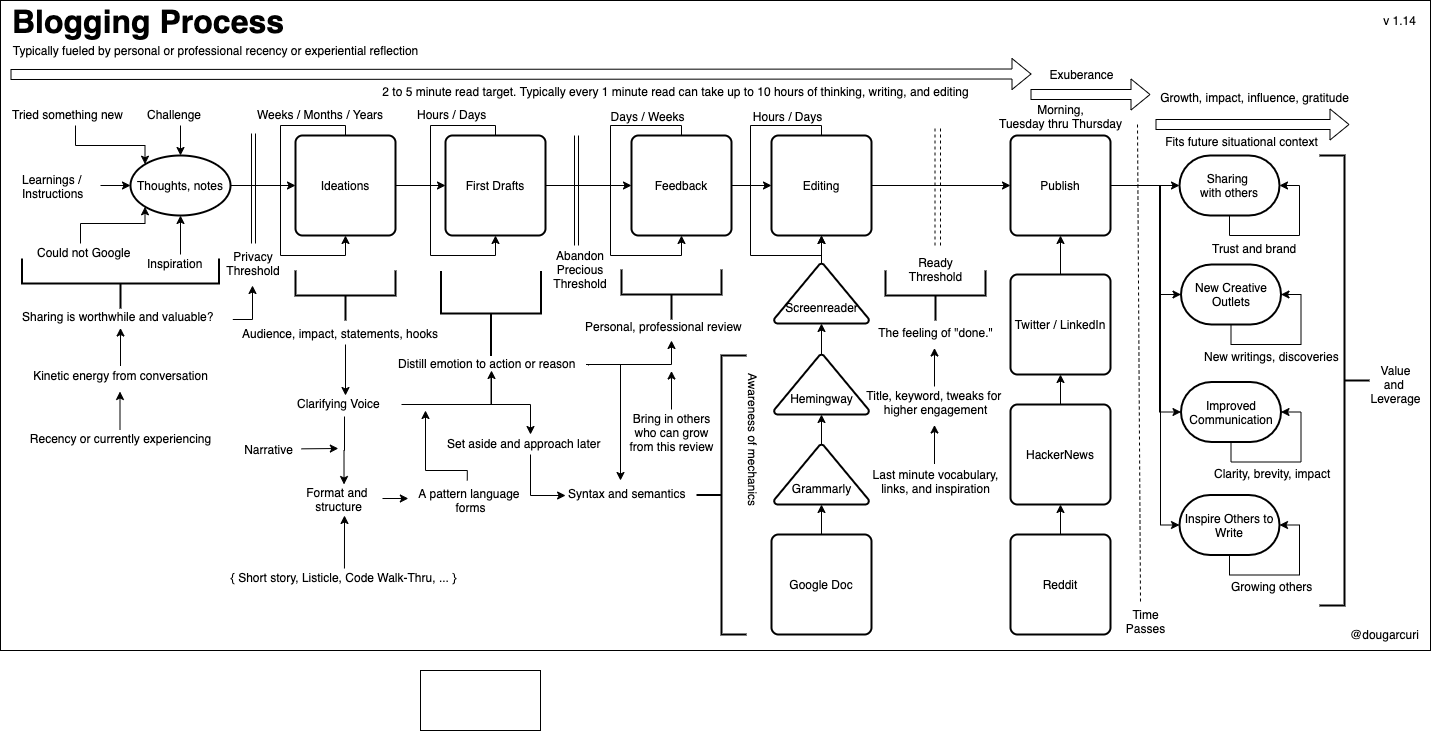
The draw.io diagram mentoring/diagrams/blogging-process.png in solidi/learning-notes, before a commit. Source tidied: cells renumbered, new cells last; positions are measured from the earlier drawing's top-left corner, leaving out a move shared by most shapes.
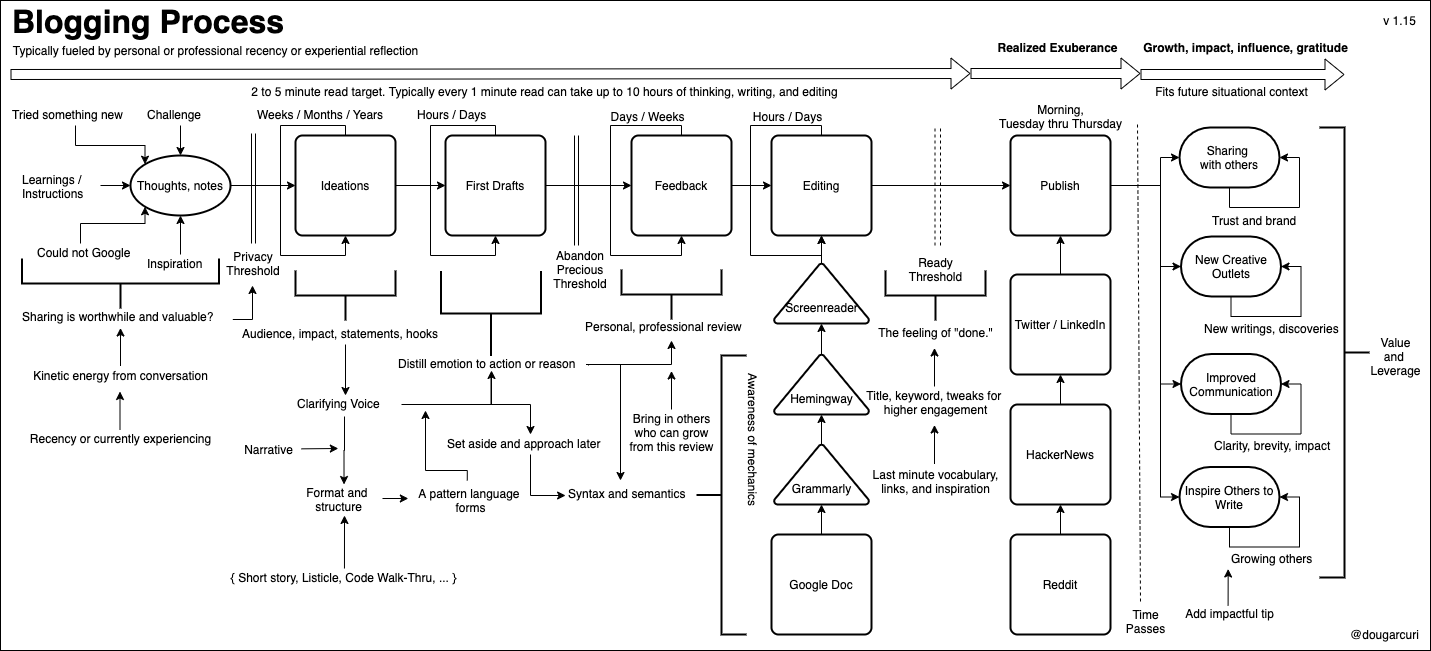
After the commit.

Commit message:
Update blogging diagram with realization and impactful tips

Change to the diagram source:
```diff
@@ -71,24 +71,37 @@
       <mxGeometry x="771" y="135" width="100" height="100" as="geometry" />
     </mxCell>
     <mxCell id="17" style="edgeStyle=orthogonalEdgeStyle;rounded=0;jettySize=auto;html=1;exitX=1;exitY=0.5;exitDx=0;exitDy=0;entryX=0;entryY=0.5;entryDx=0;entryDy=0;entryPerimeter=0;" parent="1" edge="1" source="20" target="58">
-      <mxGeometry relative="1" as="geometry" />
+      <mxGeometry relative="1" as="geometry">
+        <Array as="points">
+          <mxPoint x="1160" y="185" />
+          <mxPoint x="1160" y="157" />
+        </Array>
+      </mxGeometry>
     </mxCell>
+    <mxCell id="19" style="edgeStyle=orthogonalEdgeStyle;rounded=0;jettySize=auto;html=1;exitX=1;exitY=0.5;exitDx=0;exitDy=0;entryX=0;entryY=0.5;entryDx=0;entryDy=0;entryPerimeter=0;" parent="1" edge="1" source="20" target="81">
+      <mxGeometry relative="1" as="geometry">
+        <Array as="points">
+          <mxPoint x="1160" y="185" />
+          <mxPoint x="1160" y="383" />
+        </Array>
+      </mxGeometry>
+    </mxCell>
+    <mxCell id="127" style="edgeStyle=orthogonalEdgeStyle;rounded=0;jettySize=auto;html=1;exitX=1;exitY=0.5;exitDx=0;exitDy=0;entryX=0;entryY=0.5;entryDx=0;entryDy=0;entryPerimeter=0;" parent="1" edge="1" source="20" target="107">
+      <mxGeometry relative="1" as="geometry">
+        <Array as="points">
+          <mxPoint x="1160" y="185" />
+          <mxPoint x="1160" y="497" />
+        </Array>
+      </mxGeometry>
+    </mxCell>
     <mxCell id="18" style="edgeStyle=orthogonalEdgeStyle;rounded=0;jettySize=auto;html=1;exitX=1;exitY=0.5;exitDx=0;exitDy=0;entryX=0;entryY=0.5;entryDx=0;entryDy=0;entryPerimeter=0;" parent="1" edge="1" source="20" target="78">
       <mxGeometry relative="1" as="geometry">
         <Array as="points">
-          <mxPoint x="1159" y="185" />
-          <mxPoint x="1159" y="294" />
+          <mxPoint x="1160" y="185" />
+          <mxPoint x="1160" y="266" />
         </Array>
       </mxGeometry>
     </mxCell>
-    <mxCell id="19" style="edgeStyle=orthogonalEdgeStyle;rounded=0;jettySize=auto;html=1;exitX=1;exitY=0.5;exitDx=0;exitDy=0;entryX=0;entryY=0.5;entryDx=0;entryDy=0;entryPerimeter=0;" parent="1" edge="1" source="20" target="81">
-      <mxGeometry relative="1" as="geometry">
-        <Array as="points">
-          <mxPoint x="1159" y="185" />
-          <mxPoint x="1159" y="412" />
-        </Array>
-      </mxGeometry>
-    </mxCell>
     <mxCell id="20" value="Publish" style="rounded=1;whiteSpace=wrap;html=1;absoluteArcSize=1;arcSize=14;strokeWidth=2;" parent="1" vertex="1">
       <mxGeometry x="1010" y="135" width="100" height="100" as="geometry" />
     </mxCell>
@@ -193,12 +206,12 @@
     <mxCell id="48" style="shape=flexArrow;endArrow=classic;html=1;" parent="1" edge="1">
       <mxGeometry relative="1" as="geometry">
         <mxPoint x="10" y="74" as="sourcePoint" />
-        <mxPoint x="1031" y="73.5" as="targetPoint" />
+        <mxPoint x="970" y="73" as="targetPoint" />
       </mxGeometry>
     </mxCell>
     <mxCell id="49" value="Typically fueled by personal or professional recency or experiential reflection" style="text;html=1;align=center;verticalAlign=middle;labelBackgroundColor=#ffffff;" parent="48" vertex="1">
       <mxGeometry x="-0.57" y="3" relative="1" as="geometry">
-        <mxPoint x="-14" y="-21" as="offset" />
+        <mxPoint x="-1" y="-21" as="offset" />
       </mxGeometry>
     </mxCell>
     <mxCell id="50" style="strokeWidth=2;html=1;shape=mxgraph.flowchart.annotation_2;align=left;labelPosition=right;rotation=0;" parent="1" vertex="1">
@@ -232,7 +245,7 @@
       <mxGeometry x="130" y="155" width="100" height="60" as="geometry" />
     </mxCell>
     <mxCell id="58" value="Sharing&amp;nbsp;&lt;br&gt;with others" style="strokeWidth=2;html=1;shape=mxgraph.flowchart.terminator;whiteSpace=wrap;" parent="1" vertex="1">
-      <mxGeometry x="1179" y="155" width="100" height="60" as="geometry" />
+      <mxGeometry x="1179" y="127" width="100" height="60" as="geometry" />
     </mxCell>
     <mxCell id="59" style="endArrow=none;dashed=1;html=1;exitX=0.4;exitY=-0.133;exitDx=0;exitDy=0;exitPerimeter=0;" parent="1" edge="1" source="60">
       <mxGeometry relative="1" as="geometry">
@@ -244,23 +257,23 @@
     </mxCell>
     <mxCell id="61" style="shape=flexArrow;endArrow=classic;html=1;" parent="1" edge="1">
       <mxGeometry relative="1" as="geometry">
-        <mxPoint x="1155" y="124" as="sourcePoint" />
-        <mxPoint x="1349" y="124" as="targetPoint" />
+        <mxPoint x="1140" y="74" as="sourcePoint" />
+        <mxPoint x="1344" y="74" as="targetPoint" />
       </mxGeometry>
     </mxCell>
     <mxCell id="62" value="Fits future situational context" style="text;html=1;align=center;verticalAlign=middle;labelBackgroundColor=#ffffff;" parent="61" vertex="1">
       <mxGeometry x="-0.57" y="3" relative="1" as="geometry">
-        <mxPoint x="43" y="19" as="offset" />
+        <mxPoint x="46.5" y="19" as="offset" />
       </mxGeometry>
     </mxCell>
     <mxCell id="63" style="edgeStyle=orthogonalEdgeStyle;rounded=0;orthogonalLoop=1;jettySize=auto;html=1;exitX=0.5;exitY=1;exitDx=0;exitDy=0;exitPerimeter=0;entryX=1;entryY=0.5;entryDx=0;entryDy=0;entryPerimeter=0;" parent="1" edge="1" source="58" target="58">
       <mxGeometry relative="1" as="geometry" />
     </mxCell>
     <mxCell id="64" value="Trust and brand" style="text;html=1;align=left;verticalAlign=top;spacingTop=-4;" parent="1" vertex="1">
-      <mxGeometry x="1210" y="239" width="100" height="20" as="geometry" />
+      <mxGeometry x="1210" y="211" width="100" height="20" as="geometry" />
     </mxCell>
     <mxCell id="65" value="2 to 5 minute read target. Typically every 1 minute read can take up to 10 hours of thinking, writing, and editing" style="text;html=1;align=center;verticalAlign=middle;labelBackgroundColor=#ffffff;" parent="1" vertex="1">
-      <mxGeometry x="671" y="110" as="geometry">
+      <mxGeometry x="540" y="110" as="geometry">
         <mxPoint x="3" y="-19.5" as="offset" />
       </mxGeometry>
     </mxCell>
@@ -306,28 +319,28 @@
       <mxGeometry x="10" y="105" width="130" height="20" as="geometry" />
     </mxCell>
     <mxCell id="78" value="New Creative Outlets" style="strokeWidth=2;html=1;shape=mxgraph.flowchart.terminator;whiteSpace=wrap;" parent="1" vertex="1">
-      <mxGeometry x="1180.5" y="264" width="100" height="60" as="geometry" />
+      <mxGeometry x="1180.5" y="236" width="100" height="60" as="geometry" />
     </mxCell>
     <mxCell id="79" style="edgeStyle=orthogonalEdgeStyle;rounded=0;orthogonalLoop=1;jettySize=auto;html=1;exitX=0.5;exitY=1;exitDx=0;exitDy=0;exitPerimeter=0;entryX=1;entryY=0.5;entryDx=0;entryDy=0;entryPerimeter=0;" parent="1" edge="1" source="78" target="78">
       <mxGeometry relative="1" as="geometry" />
     </mxCell>
     <mxCell id="80" value="New writings, discoveries" style="text;html=1;align=left;verticalAlign=top;spacingTop=-4;" parent="1" vertex="1">
-      <mxGeometry x="1201.5" y="346.5" width="150" height="20" as="geometry" />
+      <mxGeometry x="1201.5" y="318.5" width="150" height="20" as="geometry" />
     </mxCell>
     <mxCell id="81" value="Improved Communication" style="strokeWidth=2;html=1;shape=mxgraph.flowchart.terminator;whiteSpace=wrap;" parent="1" vertex="1">
-      <mxGeometry x="1180.5" y="381.5" width="100" height="60" as="geometry" />
+      <mxGeometry x="1180.5" y="353.5" width="100" height="60" as="geometry" />
     </mxCell>
     <mxCell id="82" style="edgeStyle=orthogonalEdgeStyle;rounded=0;orthogonalLoop=1;jettySize=auto;html=1;exitX=0.5;exitY=1;exitDx=0;exitDy=0;exitPerimeter=0;entryX=1;entryY=0.5;entryDx=0;entryDy=0;entryPerimeter=0;" parent="1" edge="1" source="81" target="81">
       <mxGeometry relative="1" as="geometry" />
     </mxCell>
     <mxCell id="83" value="Clarity, brevity, impact&amp;nbsp;" style="text;html=1;align=left;verticalAlign=top;spacingTop=-4;" parent="1" vertex="1">
-      <mxGeometry x="1211.5" y="463.5" width="140" height="20" as="geometry" />
+      <mxGeometry x="1211.5" y="435.5" width="140" height="20" as="geometry" />
     </mxCell>
     <mxCell id="84" style="strokeWidth=2;html=1;shape=mxgraph.flowchart.annotation_2;align=left;labelPosition=right;rotation=180;" parent="1" vertex="1">
-      <mxGeometry x="1319" y="155" width="50" height="450" as="geometry" />
+      <mxGeometry x="1319" y="127" width="50" height="450" as="geometry" />
     </mxCell>
     <mxCell id="85" value="Value&lt;br&gt;and &lt;br&gt;Leverage" style="text;html=1;align=center;verticalAlign=top;spacingTop=-4;" parent="1" vertex="1">
-      <mxGeometry x="1360" y="360.5" width="70" height="40" as="geometry" />
+      <mxGeometry x="1360" y="332.5" width="70" height="40" as="geometry" />
     </mxCell>
     <mxCell id="86" style="shape=link;html=1;" parent="1" edge="1">
       <mxGeometry relative="1" as="geometry">
@@ -357,13 +370,13 @@
     </mxCell>
     <mxCell id="93" style="shape=flexArrow;endArrow=classic;html=1;" parent="1" edge="1">
       <mxGeometry relative="1" as="geometry">
-        <mxPoint x="1030" y="94" as="sourcePoint" />
-        <mxPoint x="1150" y="94" as="targetPoint" />
+        <mxPoint x="970" y="73" as="sourcePoint" />
+        <mxPoint x="1140" y="73" as="targetPoint" />
       </mxGeometry>
     </mxCell>
-    <mxCell id="94" value="Exuberance" style="text;html=1;align=center;verticalAlign=middle;labelBackgroundColor=#ffffff;" parent="93" vertex="1">
+    <mxCell id="94" value="&lt;b&gt;Realized Exuberance&lt;/b&gt;" style="text;html=1;align=center;verticalAlign=middle;labelBackgroundColor=#ffffff;" parent="93" vertex="1">
       <mxGeometry x="-0.57" y="3" relative="1" as="geometry">
-        <mxPoint x="24" y="-18" as="offset" />
+        <mxPoint x="50" y="-24" as="offset" />
       </mxGeometry>
     </mxCell>
     <mxCell id="95" style="edgeStyle=orthogonalEdgeStyle;rounded=0;orthogonalLoop=1;jettySize=auto;html=1;exitX=0.5;exitY=0;exitDx=0;exitDy=0;entryX=0.5;entryY=1;entryDx=0;entryDy=0;" parent="1" edge="1">
@@ -390,8 +403,8 @@
     <mxCell id="99" value="The feeling of &quot;done.&quot;" style="text;html=1;align=center;verticalAlign=top;spacingTop=-4;" parent="1" vertex="1">
       <mxGeometry x="870" y="323" width="130" height="20" as="geometry" />
     </mxCell>
-    <mxCell id="100" value="Growth, impact, influence, gratitude" style="text;html=1;align=center;verticalAlign=middle;labelBackgroundColor=#ffffff;" parent="1" vertex="1">
-      <mxGeometry x="1210" y="80" as="geometry">
+    <mxCell id="100" value="&lt;b&gt;Growth, impact, influence, gratitude&lt;/b&gt;" style="text;html=1;align=center;verticalAlign=middle;labelBackgroundColor=#ffffff;" parent="1" vertex="1">
+      <mxGeometry x="1201.5" y="30" as="geometry">
         <mxPoint x="43" y="16" as="offset" />
       </mxGeometry>
     </mxCell>
@@ -428,23 +441,14 @@
       <mxGeometry x="678" y="429" width="150" height="20" as="geometry" />
     </mxCell>
     <mxCell id="107" value="Inspire Others to Write" style="strokeWidth=2;html=1;shape=mxgraph.flowchart.terminator;whiteSpace=wrap;" parent="1" vertex="1">
-      <mxGeometry x="1179" y="494.5" width="100" height="60" as="geometry" />
+      <mxGeometry x="1179" y="466.5" width="100" height="60" as="geometry" />
     </mxCell>
     <mxCell id="108" style="edgeStyle=orthogonalEdgeStyle;rounded=0;orthogonalLoop=1;jettySize=auto;html=1;exitX=0.5;exitY=1;exitDx=0;exitDy=0;exitPerimeter=0;entryX=1;entryY=0.5;entryDx=0;entryDy=0;entryPerimeter=0;" parent="1" edge="1" source="107" target="107">
       <mxGeometry relative="1" as="geometry" />
     </mxCell>
     <mxCell id="109" value="Growing others" style="text;html=1;align=left;verticalAlign=top;spacingTop=-4;" parent="1" vertex="1">
-      <mxGeometry x="1229" y="576.5" width="100" height="20" as="geometry" />
+      <mxGeometry x="1229" y="548.5" width="100" height="20" as="geometry" />
     </mxCell>
-    <mxCell id="110" style="edgeStyle=orthogonalEdgeStyle;rounded=0;jettySize=auto;html=1;exitX=1;exitY=0.5;exitDx=0;exitDy=0;entryX=0;entryY=0.5;entryDx=0;entryDy=0;entryPerimeter=0;" parent="1" edge="1" target="107">
-      <mxGeometry relative="1" as="geometry">
-        <mxPoint x="1110.5" y="185" as="sourcePoint" />
-        <Array as="points">
-          <mxPoint x="1160" y="185" />
-          <mxPoint x="1160" y="525" />
-        </Array>
-      </mxGeometry>
-    </mxCell>
     <mxCell id="111" value="A pattern language&amp;nbsp;&lt;br&gt;forms" style="text;html=1;align=center;verticalAlign=middle;points=[];" parent="1" vertex="1">
       <mxGeometry x="410" y="485" width="120" height="30" as="geometry" />
     </mxCell>
@@ -491,12 +495,9 @@
         <mxPoint x="120" y="327.5" as="targetPoint" />
       </mxGeometry>
     </mxCell>
-    <mxCell id="122" value="v 1.14" style="text;html=1;align=center;verticalAlign=middle;" parent="1" vertex="1">
+    <mxCell id="122" value="v 1.15" style="text;html=1;align=center;verticalAlign=middle;" parent="1" vertex="1">
       <mxGeometry x="1374" y="10" width="50" height="20" as="geometry" />
     </mxCell>
-    <mxCell id="123" style="rounded=0;whiteSpace=wrap;html=1;fillColor=none;align=center;" parent="1" vertex="1">
-      <mxGeometry x="420" y="670" width="120" height="60" as="geometry" />
-    </mxCell>
     <mxCell id="124" value="Morning,&lt;br&gt;Tuesday thru Thursday" style="text;html=1;align=center;verticalAlign=top;spacingTop=-4;" parent="1" vertex="1">
       <mxGeometry x="990" y="100" width="140" height="30" as="geometry" />
     </mxCell>
@@ -509,5 +510,13 @@
         <mxPoint x="119.5" y="391" as="targetPoint" />
       </mxGeometry>
     </mxCell>
+    <mxCell id="128" value="Add impactful tip" style="text;html=1;points=[];align=center;verticalAlign=top;spacingTop=-4;" parent="1" vertex="1">
+      <mxGeometry x="1179" y="604" width="100" height="20" as="geometry" />
+    </mxCell>
+    <mxCell id="129" style="edgeStyle=orthogonalEdgeStyle;rounded=0;jettySize=auto;html=1;entryX=0.5;entryY=1;entryDx=0;entryDy=0;exitX=0.486;exitY=0.05;exitDx=0;exitDy=0;exitPerimeter=0;" parent="1" edge="1" source="128">
+      <mxGeometry relative="1" as="geometry">
+        <mxPoint x="1227.7" y="568.5" as="targetPoint" />
+      </mxGeometry>
+    </mxCell>
   </root>
 </mxGraphModel>
```
